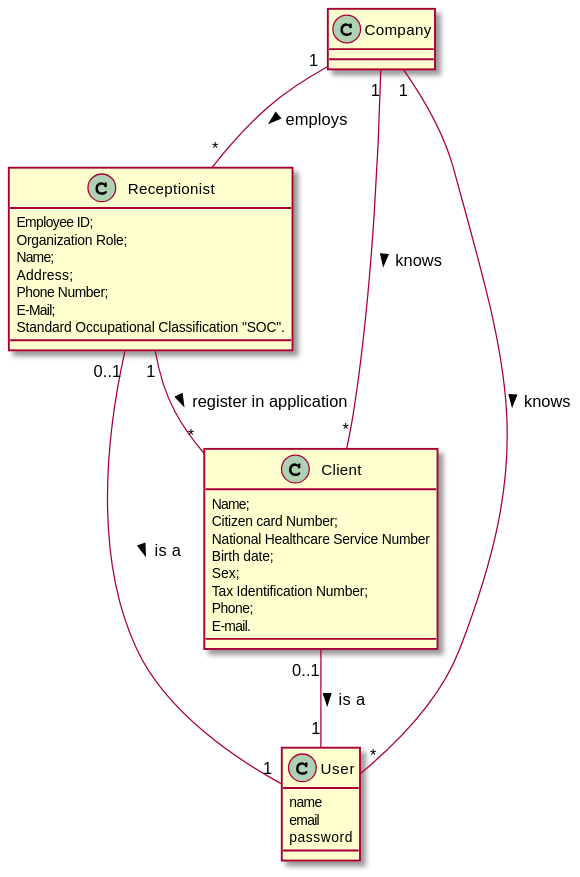
This is docs/SprintB/US03/US3_MD.svg from MarianaCLages/LAPR2, a PlantUML export, as it was before one commit.
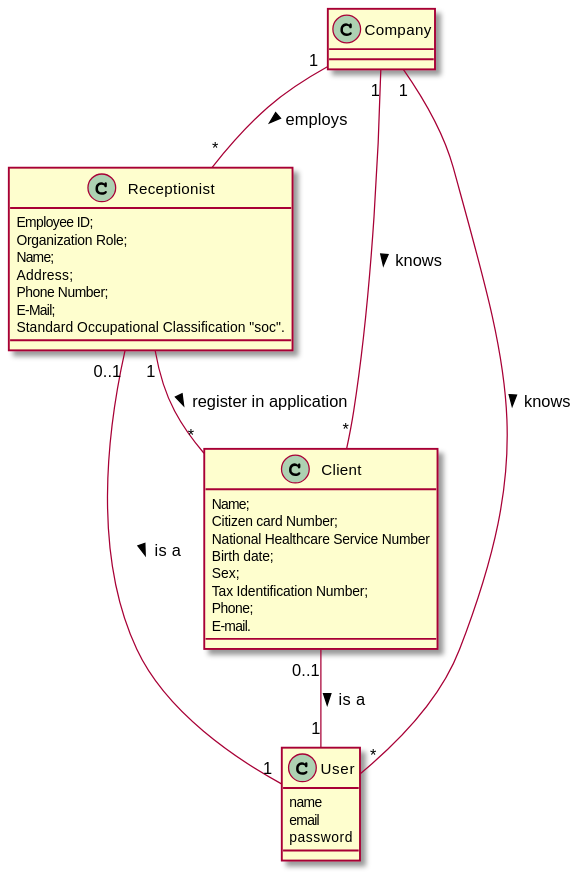
Above is the later version.

Change to the diagram source:
```diff
@@ -10,7 +10,7 @@
 Address;
 Phone Number;
 E-Mail;
-Standard Occupational Classification "SOC".
+Standard Occupational Classification "soc".
 }
 
 class Client{
```
